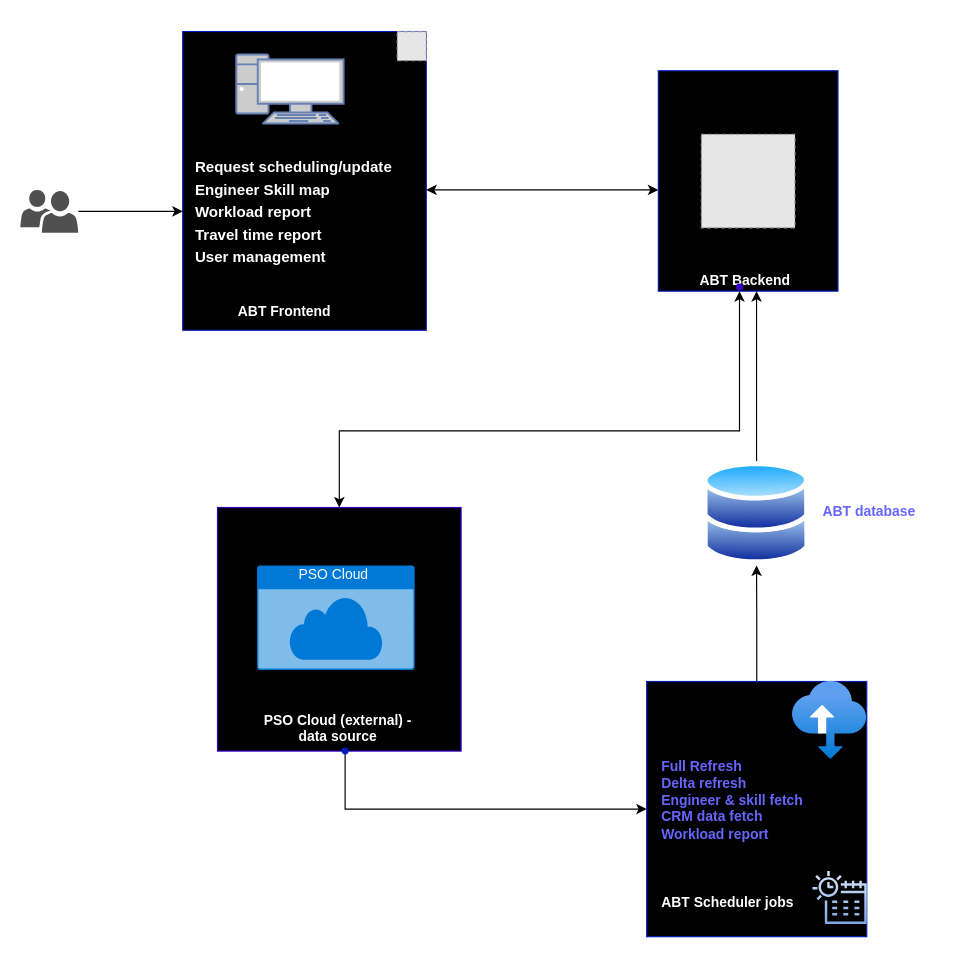
This is ABT_Bosch_Architecture.drawio from imraja/Learn, a draw.io file, before an edit. Source tidied: cells renumbered, new cells numbered last; positions are measured from the earlier drawing's top-left corner, leaving out a move shared by most shapes. Both pictures are drawn from the tidied source at 116%, with x=0, y=0 at pixel (20, 31). Pictures stored in the file or linked from it are replaced by grey dashed boxes.
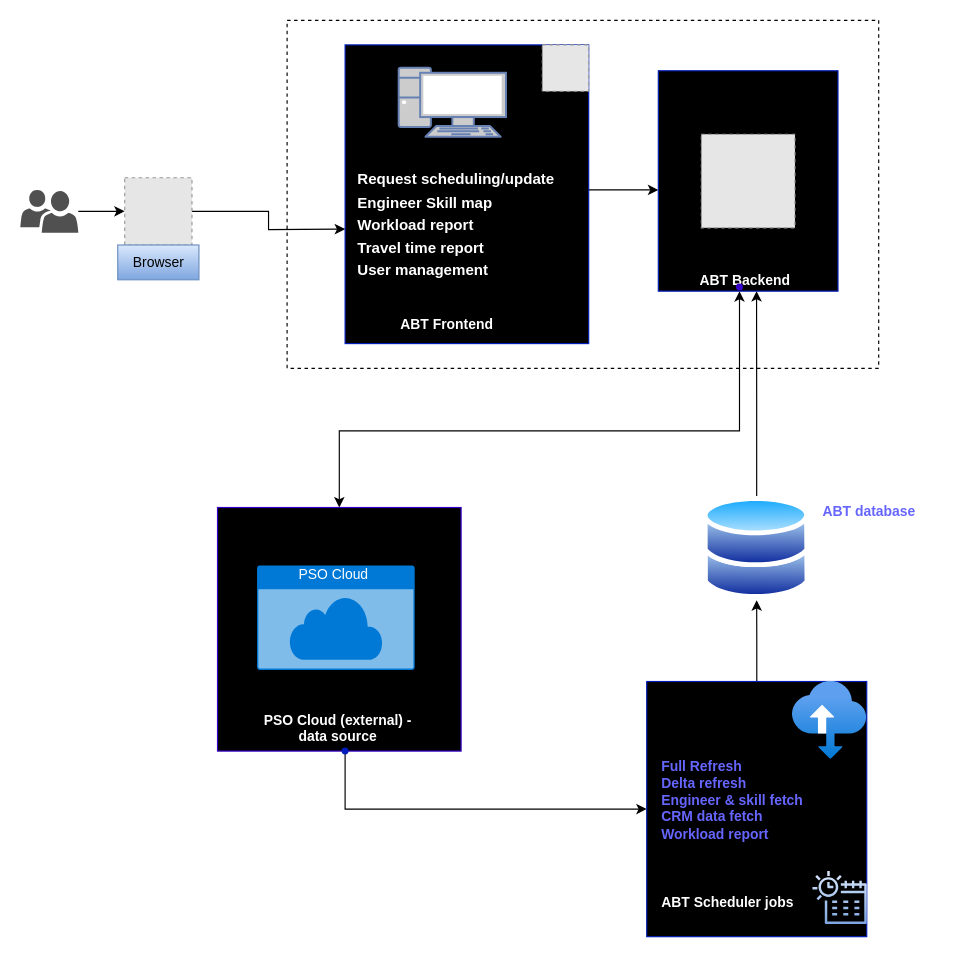
The same page after the edit.

The change refers to these unchanged cells:
```xml
<mxCell id="20" style="sketch=0;shadow=0;dashed=0;html=1;strokeColor=none;labelPosition=center;verticalLabelPosition=bottom;verticalAlign=top;align=center;fillColor=#505050;shape=mxgraph.mscae.intune.user_group;" parent="1" vertex="1">
  <mxGeometry y="136.2" width="50" height="37" as="geometry" />
</mxCell>
```

Diff of the diagram source:
```diff
@@
+    <mxCell id="32" style="whiteSpace=wrap;html=1;dashed=1;" parent="1" vertex="1">
+      <mxGeometry x="230" y="-10" width="510" height="300" as="geometry" />
+    </mxCell>
@@
     <mxCell id="3" style="group;fillColor=#000000;fontColor=default;strokeColor=#001DBC;labelBackgroundColor=none;" parent="1" vertex="1">
-      <mxGeometry x="140" y="-0.3" width="210" height="257.5" as="geometry" />
+      <mxGeometry x="280" y="11.2" width="210" height="257.5" as="geometry" />
     </mxCell>
@@
     <mxCell id="7" style="fillColor=#E6E6E6;strokeColor=#999999;dashed=1;html=1;verticalAlign=top;verticalLabelPosition=bottom;labelBackgroundColor=#ffffff;" parent="3" vertex="1">
-      <mxGeometry x="184.9" width="25.1" height="25.1" as="geometry" />
+      <mxGeometry x="170" width="40" height="40" as="geometry" />
     </mxCell>
@@
     <mxCell id="15" style="image;perimeter=ellipsePerimeter;html=1;align=center;shadow=0;dashed=0;spacingTop=3;image=img/lib/active_directory/databases.svg;" parent="1" vertex="1">
-      <mxGeometry x="588.8" y="370" width="91.8" height="90" as="geometry" />
+      <mxGeometry x="588.9" y="400" width="91.8" height="90" as="geometry" />
     </mxCell>
@@
-    <mxCell id="19" style="edgeStyle=orthogonalEdgeStyle;rounded=0;jettySize=auto;html=1;endArrow=classic;endFill=1;entryX=0;entryY=0.602;entryDx=0;entryDy=0;entryPerimeter=0;" parent="1" edge="1" source="20" target="3">
-      <mxGeometry relative="1" as="geometry" />
-    </mxCell>
+    <mxCell id="33" style="edgeStyle=orthogonalEdgeStyle;rounded=0;jettySize=auto;html=1;" parent="1" edge="1" source="20" target="35">
+      <mxGeometry relative="1" as="geometry" />
+    </mxCell>
@@
+    <mxCell id="34" style="edgeStyle=orthogonalEdgeStyle;rounded=0;jettySize=auto;html=1;endArrow=classic;endFill=1;" parent="1" edge="1" source="35">
+      <mxGeometry relative="1" as="geometry">
+        <mxPoint x="280" y="170" as="targetPoint" />
+      </mxGeometry>
+    </mxCell>
+    <mxCell id="35" style="fillColor=#E6E6E6;strokeColor=#999999;dashed=1;html=1;verticalAlign=top;verticalLabelPosition=bottom;labelBackgroundColor=#ffffff;" parent="1" vertex="1">
+      <mxGeometry x="90" y="125.7" width="58" height="58" as="geometry" />
+    </mxCell>
+    <mxCell id="36" value="Browser" style="text;html=1;align=center;verticalAlign=middle;strokeColor=#6c8ebf;fillColor=#dae8fc;gradientColor=#7ea6e0;" parent="1" vertex="1">
+      <mxGeometry x="84" y="183.7" width="70" height="30" as="geometry" />
+    </mxCell>
```
